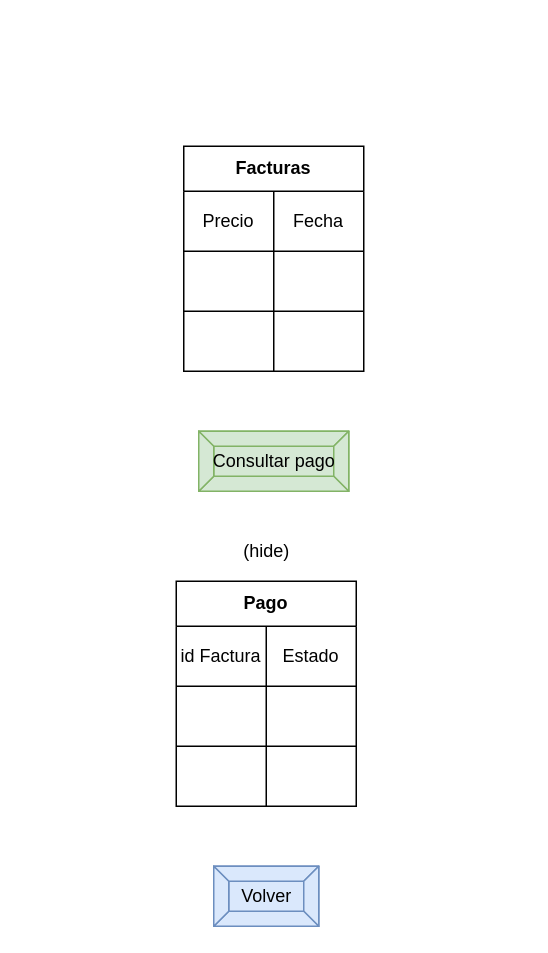
This is page "FacturasAdmin" (8 of 9) of ListaCompra.drawio from katacliny/practica, a draw.io file, before an edit. Source tidied: cells renumbered, new cells numbered last; positions are measured from the earlier drawing's top-left corner, leaving out a move shared by most shapes. Both pictures are drawn from the tidied source at 150%, with x=0, y=0 at pixel (176, 146).
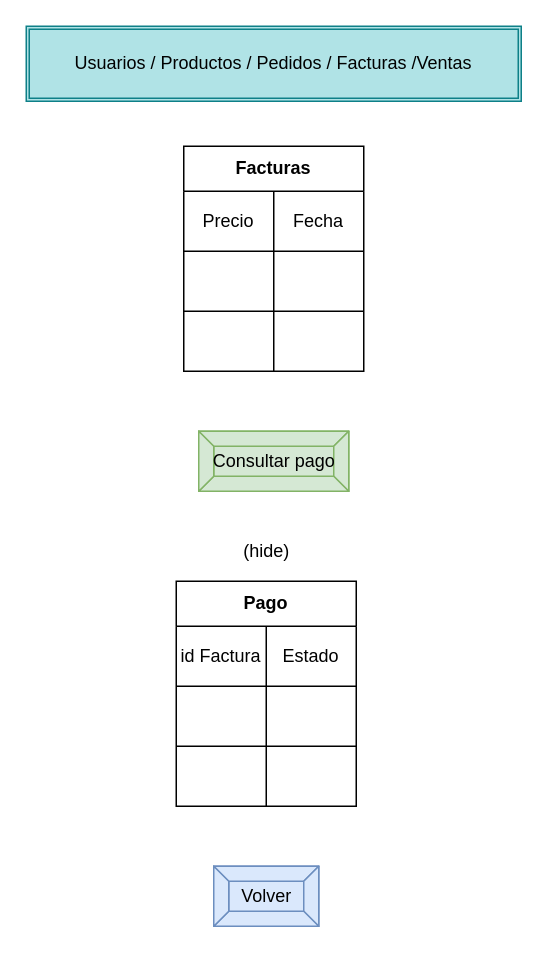
The same diagram, later.

What changed in the source:
```diff
@@
+    <mxCell id="25" value="Usuarios / Productos / Pedidos / Facturas /Ventas" style="shape=ext;double=1;rounded=0;whiteSpace=wrap;html=1;fillColor=#b0e3e6;strokeColor=#0e8088;" parent="1" vertex="1">
+      <mxGeometry x="-100" y="-80" width="330" height="50" as="geometry" />
+    </mxCell>
```
